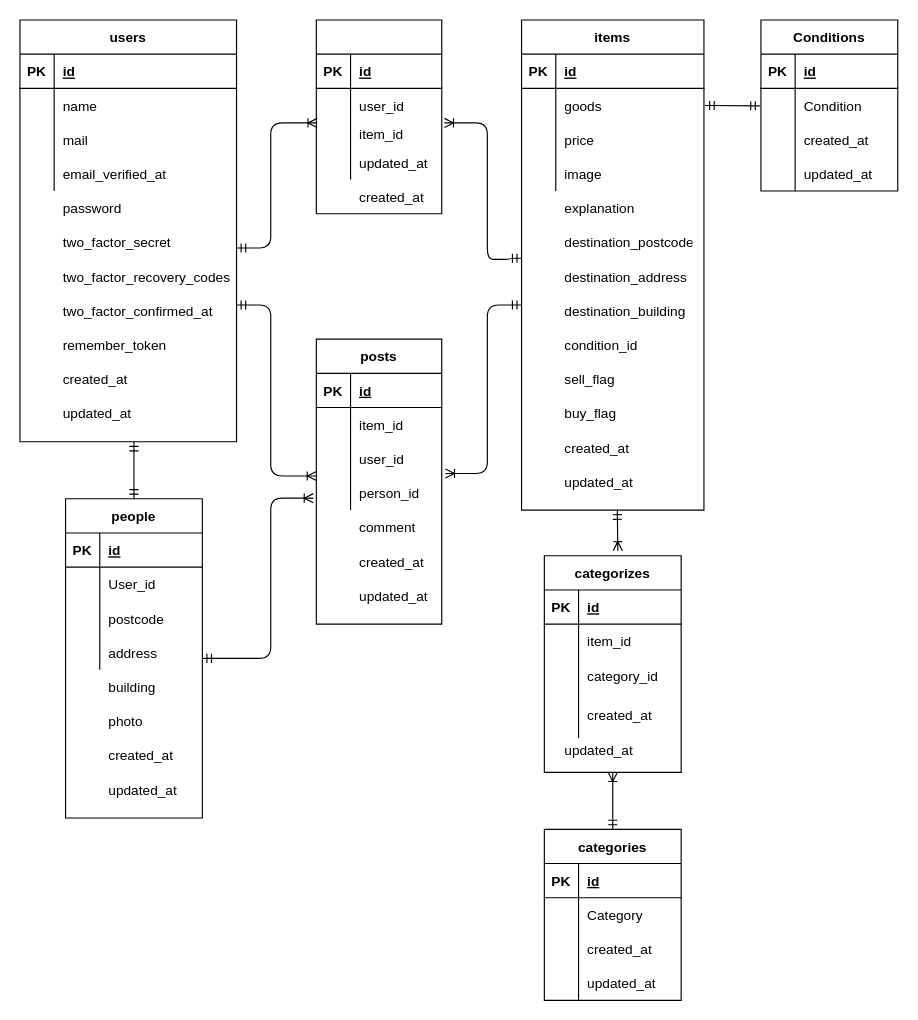
wyjuly12/FreeMarket keeps this draw.io diagram as src/FreeMaket.drawio. Above is the earlier version. Source tidied: cells renumbered, new cells numbered last; positions are measured from the earlier drawing's top-left corner, leaving out a move shared by most shapes. Both pictures are drawn from the tidied source at 114%, with x=0, y=0 at pixel (19, 19).
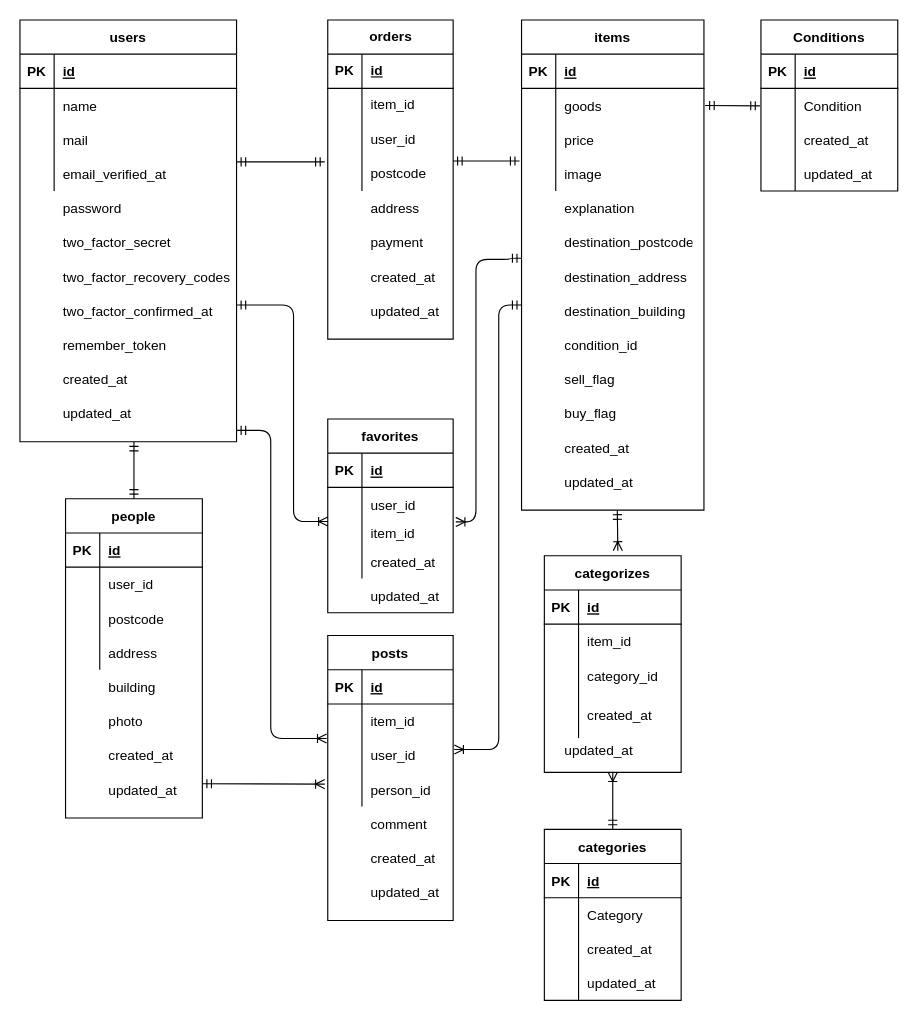
After the change.

Unchanged cells that the change refers to:
```xml
<mxCell id="12" style="shape=tableRow;horizontal=0;startSize=0;swimlaneHead=0;swimlaneBody=0;fillColor=none;points=[[0,0.5],[1,0.5]];portConstraint=eastwest;top=0;left=0;right=0;bottom=0;" parent="2" vertex="1">
  <mxGeometry y="120" width="190" height="30" as="geometry" />
</mxCell>
<mxCell id="19" style="shape=tableRow;horizontal=0;startSize=0;swimlaneHead=0;swimlaneBody=0;fillColor=none;top=0;left=0;right=0;bottom=0;" parent="15" vertex="1">
  <mxGeometry y="60" width="120" height="30" as="geometry" />
</mxCell>
<mxCell id="38" style="shape=tableRow;horizontal=0;startSize=0;swimlaneHead=0;swimlaneBody=0;fillColor=none;points=[[0,0.5],[1,0.5]];portConstraint=eastwest;top=0;left=0;right=0;bottom=0;" parent="28" vertex="1">
  <mxGeometry y="120" width="160" height="30" as="geometry" />
</mxCell>
<mxCell id="45" style="shape=tableRow;horizontal=0;startSize=0;swimlaneHead=0;swimlaneBody=0;fillColor=none;points=[[0,0.5],[1,0.5]];portConstraint=eastwest;top=0;left=0;right=0;bottom=0;" parent="41" vertex="1">
  <mxGeometry y="60" width="110" height="30" as="geometry" />
</mxCell>
<mxCell id="51" style="shape=tableRow;horizontal=0;startSize=0;swimlaneHead=0;swimlaneBody=0;fillColor=none;points=[[0,0.5],[1,0.5]];portConstraint=eastwest;top=0;left=0;right=0;bottom=0;" parent="41" vertex="1">
  <mxGeometry y="120" width="110" height="30" as="geometry" />
</mxCell>
<mxCell id="82" style="shape=tableRow;horizontal=0;startSize=0;swimlaneHead=0;swimlaneBody=0;fillColor=none;points=[[0,0.5],[1,0.5]];portConstraint=eastwest;top=0;left=0;right=0;bottom=0;" parent="78" vertex="1">
  <mxGeometry y="60" width="110" height="30" as="geometry" />
</mxCell>
<mxCell id="85" style="shape=tableRow;horizontal=0;startSize=0;swimlaneHead=0;swimlaneBody=0;fillColor=none;points=[[0,0.5],[1,0.5]];portConstraint=eastwest;top=0;left=0;right=0;bottom=0;" parent="78" vertex="1">
  <mxGeometry y="90" width="110" height="20" as="geometry" />
</mxCell>
<mxCell id="139" style="shape=tableRow;horizontal=0;startSize=0;swimlaneHead=0;swimlaneBody=0;fillColor=none;points=[[0,0.5],[1,0.5]];portConstraint=eastwest;top=0;left=0;right=0;bottom=0;" parent="1" vertex="1">
  <mxGeometry x="260" y="400" width="110" height="30" as="geometry" />
</mxCell>
```

Diff of the diagram source:
```diff
@@
-    <mxCell id="21" value="User_id" style="shape=partialRectangle;fillColor=none;top=0;left=0;bottom=0;right=0;align=left;spacingLeft=6;overflow=hidden;" parent="19" vertex="1">
+    <mxCell id="21" value="user_id" style="shape=partialRectangle;fillColor=none;top=0;left=0;bottom=0;right=0;align=left;spacingLeft=6;overflow=hidden;" parent="19" vertex="1">
       <mxGeometry x="30" width="90" height="30" as="geometry" />
     </mxCell>
@@
     <mxCell id="41" value="posts" style="shape=table;startSize=30;childLayout=tableLayout;rowLines=0;fontStyle=1;align=center;" parent="1" vertex="1">
-      <mxGeometry x="260" y="280" width="110" height="250" as="geometry" />
+      <mxGeometry x="270" y="540" width="110" height="250" as="geometry" />
     </mxCell>
@@
-    <mxCell id="78" style="shape=table;startSize=30;childLayout=tableLayout;rowLines=0;fontStyle=1;align=center;" parent="1" vertex="1">
-      <mxGeometry x="260" width="110" height="170" as="geometry" />
+    <mxCell id="78" value="favorites" style="shape=table;startSize=30;childLayout=tableLayout;rowLines=0;fontStyle=1;align=center;" parent="1" vertex="1">
+      <mxGeometry x="270" y="350" width="110" height="170" as="geometry" />
     </mxCell>
@@
     <mxCell id="91" value="updated_at" style="shape=partialRectangle;fillColor=none;top=0;left=0;bottom=0;right=0;align=left;spacingLeft=6;overflow=hidden;" parent="1" vertex="1">
-      <mxGeometry x="290" y="110" width="80" height="30" as="geometry" />
+      <mxGeometry x="300" y="490" width="80" height="30" as="geometry" />
     </mxCell>
     <mxCell id="92" value="comment" style="shape=partialRectangle;fillColor=none;top=0;left=0;bottom=0;right=0;align=left;spacingLeft=6;overflow=hidden;" parent="1" vertex="1">
-      <mxGeometry x="290" y="430" width="80" height="30" as="geometry" />
+      <mxGeometry x="300" y="690" width="80" height="30" as="geometry" />
     </mxCell>
@@
     <mxCell id="112" value="created_at" style="shape=partialRectangle;fillColor=none;top=0;left=0;bottom=0;right=0;align=left;spacingLeft=6;overflow=hidden;" parent="1" vertex="1">
-      <mxGeometry x="290" y="140" width="90" height="30" as="geometry" />
+      <mxGeometry x="300" y="460" width="90" height="30" as="geometry" />
     </mxCell>
@@
-    <mxCell id="114" style="edgeStyle=orthogonalEdgeStyle;fontSize=12;html=1;endArrow=ERoneToMany;startArrow=ERmandOne;entryX=0;entryY=0;entryDx=0;entryDy=0;entryPerimeter=0;" parent="1" edge="1" target="51">
+    <mxCell id="114" style="edgeStyle=orthogonalEdgeStyle;fontSize=12;html=1;endArrow=ERoneToMany;startArrow=ERmandOne;entryX=-0.009;entryY=1.011;entryDx=0;entryDy=0;entryPerimeter=0;" parent="1" edge="1" target="45">
       <mxGeometry relative="1" as="geometry">
-        <mxPoint x="190" y="250" as="sourcePoint" />
+        <mxPoint x="190" y="360" as="sourcePoint" />
         <Array as="points">
-          <mxPoint x="220" y="250" />
-          <mxPoint x="220" y="400" />
+          <mxPoint x="220" y="360" />
+          <mxPoint x="220" y="630" />
         </Array>
       </mxGeometry>
     </mxCell>
-    <mxCell id="115" style="edgeStyle=orthogonalEdgeStyle;fontSize=12;html=1;endArrow=ERoneToMany;startArrow=ERmandOne;entryX=1.029;entryY=-0.072;entryDx=0;entryDy=0;entryPerimeter=0;" parent="1" edge="1" target="51">
+    <mxCell id="115" style="edgeStyle=orthogonalEdgeStyle;fontSize=12;html=1;endArrow=ERoneToMany;startArrow=ERmandOne;" parent="1" edge="1">
       <mxGeometry relative="1" as="geometry">
         <mxPoint x="440" y="250" as="sourcePoint" />
+        <mxPoint x="381" y="640" as="targetPoint" />
         <Array as="points">
-          <mxPoint x="410" y="250" />
-          <mxPoint x="410" y="398" />
+          <mxPoint x="420" y="250" />
+          <mxPoint x="420" y="640" />
         </Array>
       </mxGeometry>
     </mxCell>
@@
     <mxCell id="132" style="edgeStyle=orthogonalEdgeStyle;fontSize=12;html=1;endArrow=ERoneToMany;startArrow=ERmandOne;entryX=1.021;entryY=0.017;entryDx=0;entryDy=0;entryPerimeter=0;" parent="1" edge="1" target="85">
       <mxGeometry relative="1" as="geometry">
         <mxPoint x="440" y="209" as="sourcePoint" />
         <Array as="points">
           <mxPoint x="430" y="209" />
           <mxPoint x="430" y="210" />
-          <mxPoint x="410" y="210" />
-          <mxPoint x="410" y="90" />
+          <mxPoint x="400" y="210" />
+          <mxPoint x="400" y="440" />
         </Array>
       </mxGeometry>
     </mxCell>
@@
-    <mxCell id="137" style="edgeStyle=orthogonalEdgeStyle;fontSize=12;html=1;endArrow=ERoneToMany;startArrow=ERmandOne;entryX=0.006;entryY=0.017;entryDx=0;entryDy=0;entryPerimeter=0;" parent="1" edge="1" target="85">
-      <mxGeometry relative="1" as="geometry">
-        <mxPoint x="190" y="200" as="sourcePoint" />
-        <Array as="points">
-          <mxPoint x="220" y="200" />
-          <mxPoint x="220" y="90" />
-        </Array>
-      </mxGeometry>
-    </mxCell>
     <mxCell id="138" value="updated_at" style="shape=partialRectangle;fillColor=none;top=0;left=0;bottom=0;right=0;align=left;spacingLeft=6;overflow=hidden;" parent="1" vertex="1">
-      <mxGeometry x="290" y="490" width="80" height="30" as="geometry" />
+      <mxGeometry x="300" y="750" width="80" height="30" as="geometry" />
     </mxCell>
@@
-    <mxCell id="141" value="person_id" style="shape=partialRectangle;fillColor=none;top=0;left=0;bottom=0;right=0;align=left;spacingLeft=6;overflow=hidden;" parent="139" vertex="1">
-      <mxGeometry x="30" width="80" height="30" as="geometry" />
-    </mxCell>
     <mxCell id="142" value="created_at" style="shape=partialRectangle;fillColor=none;top=0;left=0;bottom=0;right=0;align=left;spacingLeft=6;overflow=hidden;" parent="1" vertex="1">
-      <mxGeometry x="290" y="460" width="80" height="30" as="geometry" />
+      <mxGeometry x="300" y="720" width="80" height="30" as="geometry" />
     </mxCell>
-    <mxCell id="143" style="edgeStyle=orthogonalEdgeStyle;fontSize=12;html=1;endArrow=ERoneToMany;startArrow=ERmandOne;entryX=-0.024;entryY=0.65;entryDx=0;entryDy=0;entryPerimeter=0;" parent="1" edge="1" target="139">
+    <mxCell id="143" style="fontSize=12;html=1;endArrow=ERoneToMany;startArrow=ERmandOne;entryX=-0.024;entryY=0.345;entryDx=0;entryDy=0;entryPerimeter=0;" parent="1" edge="1" target="51">
       <mxGeometry relative="1" as="geometry">
-        <mxPoint x="160" y="560" as="sourcePoint" />
-        <Array as="points">
-          <mxPoint x="220" y="560" />
-          <mxPoint x="220" y="420" />
-        </Array>
+        <mxPoint x="160" y="670" as="sourcePoint" />
       </mxGeometry>
     </mxCell>
+    <mxCell id="141" value="person_id" style="shape=partialRectangle;fillColor=none;top=0;left=0;bottom=0;right=0;align=left;spacingLeft=6;overflow=hidden;" parent="1" vertex="1">
+      <mxGeometry x="300" y="660" width="80" height="30" as="geometry" />
+    </mxCell>
+    <mxCell id="144" value="orders" style="shape=table;startSize=30;childLayout=tableLayout;rowLines=0;fontStyle=1;align=center;html=1;" parent="1" vertex="1">
+      <mxGeometry x="270" width="110" height="280" as="geometry" />
+    </mxCell>
+    <mxCell id="145" style="shape=tableRow;horizontal=0;startSize=0;swimlaneHead=0;swimlaneBody=0;fillColor=none;top=0;left=0;right=0;bottom=1;" parent="144" vertex="1">
+      <mxGeometry y="30" width="110" height="30" as="geometry" />
+    </mxCell>
+    <mxCell id="146" value="PK" style="shape=partialRectangle;fillColor=none;top=0;left=0;bottom=0;right=0;fontStyle=1;overflow=hidden;whiteSpace=wrap;html=1;" parent="145" vertex="1">
+      <mxGeometry width="30" height="30" as="geometry" />
+    </mxCell>
+    <mxCell id="147" value="id" style="shape=partialRectangle;fillColor=none;top=0;left=0;bottom=0;right=0;align=left;spacingLeft=6;fontStyle=5;overflow=hidden;whiteSpace=wrap;html=1;" parent="145" vertex="1">
+      <mxGeometry x="30" width="80" height="30" as="geometry" />
+    </mxCell>
+    <mxCell id="148" style="shape=tableRow;horizontal=0;startSize=0;swimlaneHead=0;swimlaneBody=0;fillColor=none;top=0;left=0;right=0;bottom=0;" parent="144" vertex="1">
+      <mxGeometry y="60" width="110" height="30" as="geometry" />
+    </mxCell>
+    <mxCell id="149" style="shape=partialRectangle;fillColor=none;top=0;left=0;bottom=0;right=0;overflow=hidden;whiteSpace=wrap;html=1;" parent="148" vertex="1">
+      <mxGeometry width="30" height="30" as="geometry" />
+    </mxCell>
+    <mxCell id="150" value="item_id" style="shape=partialRectangle;fillColor=none;top=0;left=0;bottom=0;right=0;align=left;spacingLeft=6;overflow=hidden;whiteSpace=wrap;html=1;" parent="148" vertex="1">
+      <mxGeometry x="30" width="80" height="30" as="geometry" />
+    </mxCell>
+    <mxCell id="151" style="shape=tableRow;horizontal=0;startSize=0;swimlaneHead=0;swimlaneBody=0;fillColor=none;top=0;left=0;right=0;bottom=0;" parent="144" vertex="1">
+      <mxGeometry y="90" width="110" height="30" as="geometry" />
+    </mxCell>
+    <mxCell id="152" style="shape=partialRectangle;fillColor=none;top=0;left=0;bottom=0;right=0;overflow=hidden;whiteSpace=wrap;html=1;" parent="151" vertex="1">
+      <mxGeometry width="30" height="30" as="geometry" />
+    </mxCell>
+    <mxCell id="153" value="user_id" style="shape=partialRectangle;fillColor=none;top=0;left=0;bottom=0;right=0;align=left;spacingLeft=6;overflow=hidden;whiteSpace=wrap;html=1;" parent="151" vertex="1">
+      <mxGeometry x="30" width="80" height="30" as="geometry" />
+    </mxCell>
+    <mxCell id="154" style="shape=tableRow;horizontal=0;startSize=0;swimlaneHead=0;swimlaneBody=0;fillColor=none;points=[[0,0.5],[1,0.5]];portConstraint=eastwest;top=0;left=0;right=0;bottom=0;" parent="144" vertex="1">
+      <mxGeometry y="120" width="110" height="30" as="geometry" />
+    </mxCell>
+    <mxCell id="155" style="shape=partialRectangle;fillColor=none;top=0;left=0;bottom=0;right=0;overflow=hidden;whiteSpace=wrap;html=1;" parent="154" vertex="1">
+      <mxGeometry width="30" height="30" as="geometry" />
+    </mxCell>
+    <mxCell id="156" value="postcode" style="shape=partialRectangle;fillColor=none;top=0;left=0;bottom=0;right=0;align=left;spacingLeft=6;overflow=hidden;whiteSpace=wrap;html=1;" parent="154" vertex="1">
+      <mxGeometry x="30" width="80" height="30" as="geometry" />
+    </mxCell>
+    <mxCell id="157" value="address" style="shape=partialRectangle;fillColor=none;top=0;left=0;bottom=0;right=0;align=left;spacingLeft=6;overflow=hidden;" parent="1" vertex="1">
+      <mxGeometry x="300" y="150" width="90" height="30" as="geometry" />
+    </mxCell>
+    <mxCell id="158" value="payment" style="shape=partialRectangle;fillColor=none;top=0;left=0;bottom=0;right=0;align=left;spacingLeft=6;overflow=hidden;" parent="1" vertex="1">
+      <mxGeometry x="300" y="180" width="90" height="30" as="geometry" />
+    </mxCell>
+    <mxCell id="159" value="created_at" style="shape=partialRectangle;fillColor=none;top=0;left=0;bottom=0;right=0;align=left;spacingLeft=6;overflow=hidden;" parent="1" vertex="1">
+      <mxGeometry x="300" y="210" width="90" height="30" as="geometry" />
+    </mxCell>
+    <mxCell id="160" value="updated_at" style="shape=partialRectangle;fillColor=none;top=0;left=0;bottom=0;right=0;align=left;spacingLeft=6;overflow=hidden;" parent="1" vertex="1">
+      <mxGeometry x="300" y="240" width="90" height="30" as="geometry" />
+    </mxCell>
+    <mxCell id="161" style="edgeStyle=orthogonalEdgeStyle;fontSize=12;html=1;endArrow=ERoneToMany;startArrow=ERmandOne;entryX=0;entryY=1;entryDx=0;entryDy=0;entryPerimeter=0;" parent="1" edge="1" target="82">
+      <mxGeometry relative="1" as="geometry">
+        <mxPoint x="190" y="250" as="sourcePoint" />
+        <Array as="points">
+          <mxPoint x="240" y="250" />
+          <mxPoint x="240" y="440" />
+        </Array>
+      </mxGeometry>
+    </mxCell>
+    <mxCell id="162" style="edgeStyle=entityRelationEdgeStyle;fontSize=12;html=1;endArrow=ERmandOne;startArrow=ERmandOne;exitX=1;exitY=0.15;exitDx=0;exitDy=0;exitPerimeter=0;entryX=-0.024;entryY=0.15;entryDx=0;entryDy=0;entryPerimeter=0;" parent="1" edge="1" source="12" target="154">
+      <mxGeometry relative="1" as="geometry" />
+    </mxCell>
+    <mxCell id="163" style="edgeStyle=entityRelationEdgeStyle;fontSize=12;html=1;endArrow=ERmandOne;startArrow=ERmandOne;entryX=-0.011;entryY=0.123;entryDx=0;entryDy=0;entryPerimeter=0;exitX=0.999;exitY=0.123;exitDx=0;exitDy=0;exitPerimeter=0;" parent="1" edge="1" source="154" target="38">
+      <mxGeometry relative="1" as="geometry" />
+    </mxCell>
```
